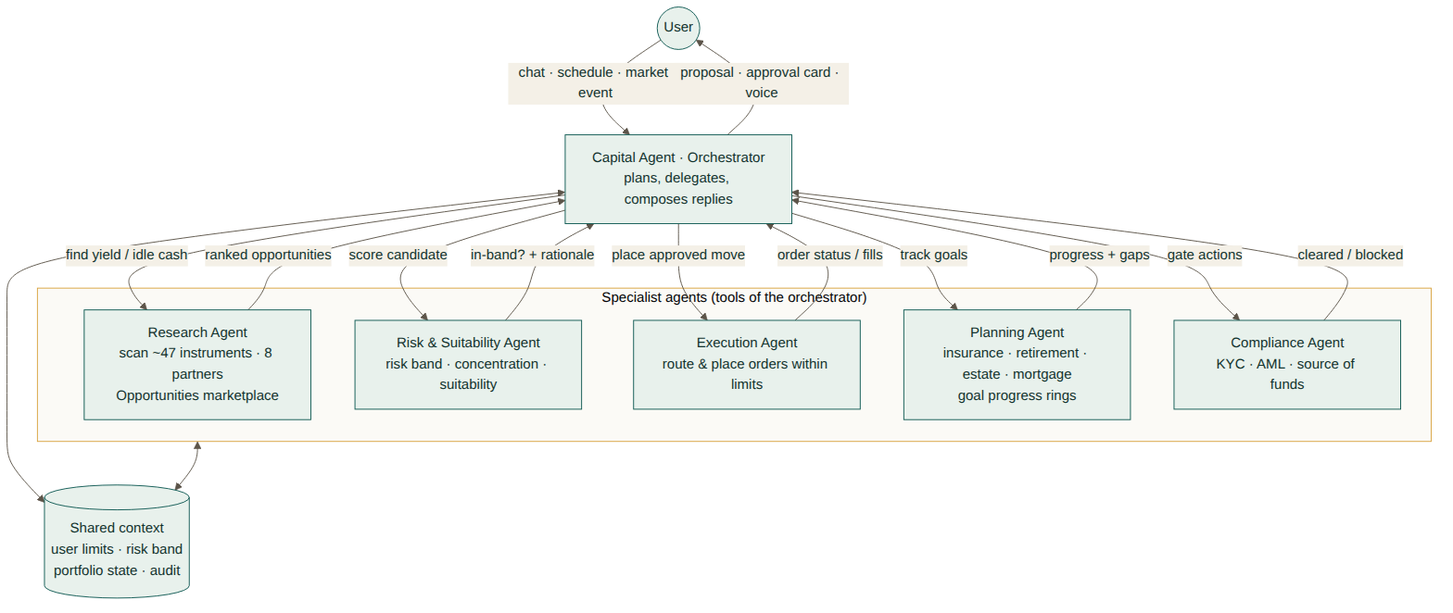
This is design/agents/exports/02-agent-orchestration.png from Tenoywil/agentic-investment-app, a Mermaid export, as it was before one commit. Its source is kept beside it as design/agents/02-agent-orchestration.mmd. Source of this version:
```mermaid
flowchart TB
    USER((User)) -->|"chat · schedule · market event"| ORCH

    ORCH["Capital Agent · Orchestrator<br/>plans, delegates, composes replies"]

    subgraph Specialists["Specialist agents (tools of the orchestrator)"]
        RES["Research Agent<br/>scan ~47 instruments · 8 partners<br/>Opportunities marketplace"]
        RISK["Risk &amp; Suitability Agent<br/>risk band · concentration · suitability"]
        EXE["Execution Agent<br/>route &amp; place orders within limits"]
        PLAN["Planning Agent<br/>insurance · retirement · estate · mortgage<br/>goal progress rings"]
        COMP["Compliance Agent<br/>KYC · AML · source of funds"]
    end

    ORCH -->|"find yield / idle cash"| RES
    ORCH -->|"score candidate"| RISK
    ORCH -->|"place approved move"| EXE
    ORCH -->|"track goals"| PLAN
    ORCH -->|"gate actions"| COMP

    RES -->|"ranked opportunities"| ORCH
    RISK -->|"in-band? + rationale"| ORCH
    EXE -->|"order status / fills"| ORCH
    PLAN -->|"progress + gaps"| ORCH
    COMP -->|"cleared / blocked"| ORCH

    ORCH -->|"proposal · approval card · voice"| USER

    MEM[("Shared context<br/>user limits · risk band<br/>portfolio state · audit")]
    ORCH <--> MEM
    Specialists <--> MEM
```
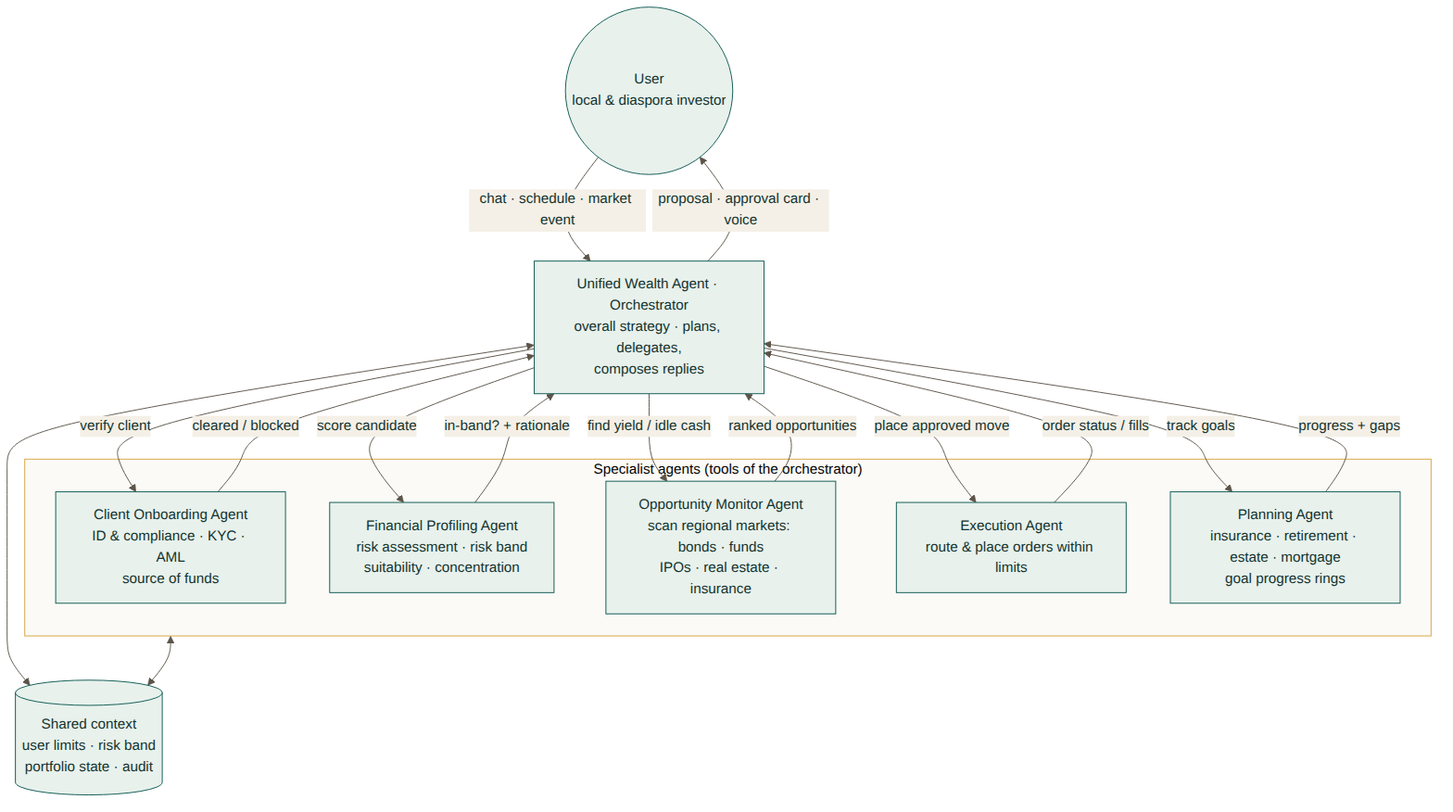
The same file after the commit.

The edit, as a diff of the source:
```diff
@@ -1,27 +1,27 @@
 flowchart TB
-    USER((User)) -->|"chat · schedule · market event"| ORCH
+    USER((User<br/>local &amp; diaspora investor)) -->|"chat · schedule · market event"| ORCH
 
-    ORCH["Capital Agent · Orchestrator<br/>plans, delegates, composes replies"]
+    ORCH["Unified Wealth Agent · Orchestrator<br/>overall strategy · plans, delegates,<br/>composes replies"]
 
     subgraph Specialists["Specialist agents (tools of the orchestrator)"]
-        RES["Research Agent<br/>scan ~47 instruments · 8 partners<br/>Opportunities marketplace"]
-        RISK["Risk &amp; Suitability Agent<br/>risk band · concentration · suitability"]
+        ONB["Client Onboarding Agent<br/>ID &amp; compliance · KYC · AML<br/>source of funds"]
+        PROF["Financial Profiling Agent<br/>risk assessment · risk band<br/>suitability · concentration"]
+        RES["Opportunity Monitor Agent<br/>scan regional markets: bonds · funds<br/>IPOs · real estate · insurance"]
         EXE["Execution Agent<br/>route &amp; place orders within limits"]
         PLAN["Planning Agent<br/>insurance · retirement · estate · mortgage<br/>goal progress rings"]
-        COMP["Compliance Agent<br/>KYC · AML · source of funds"]
     end
 
+    ORCH -->|"verify client"| ONB
+    ORCH -->|"score candidate"| PROF
     ORCH -->|"find yield / idle cash"| RES
-    ORCH -->|"score candidate"| RISK
     ORCH -->|"place approved move"| EXE
     ORCH -->|"track goals"| PLAN
-    ORCH -->|"gate actions"| COMP
 
+    ONB -->|"cleared / blocked"| ORCH
+    PROF -->|"in-band? + rationale"| ORCH
     RES -->|"ranked opportunities"| ORCH
-    RISK -->|"in-band? + rationale"| ORCH
     EXE -->|"order status / fills"| ORCH
     PLAN -->|"progress + gaps"| ORCH
-    COMP -->|"cleared / blocked"| ORCH
 
     ORCH -->|"proposal · approval card · voice"| USER
 
```
